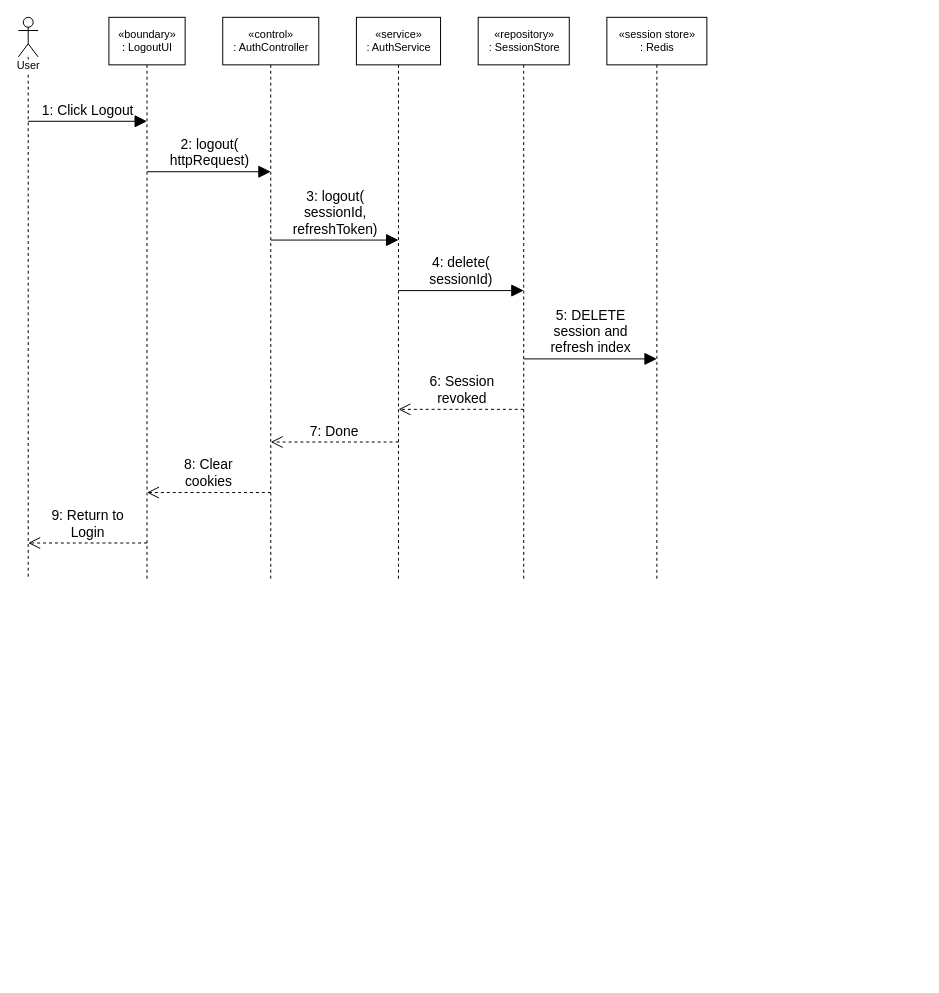
The draw.io diagram page "Logout" (3 of 15) of docs/sequence-diagrams.drawio in hygef-v4/AI-Powered-Learning-Platform, before the edit. Source tidied: cells renumbered, new cells numbered last; positions are measured from the earlier drawing's top-left corner, leaving out a move shared by most shapes. Both pictures are drawn from the tidied source at 99%, with x=0, y=0 at pixel (18, 17).
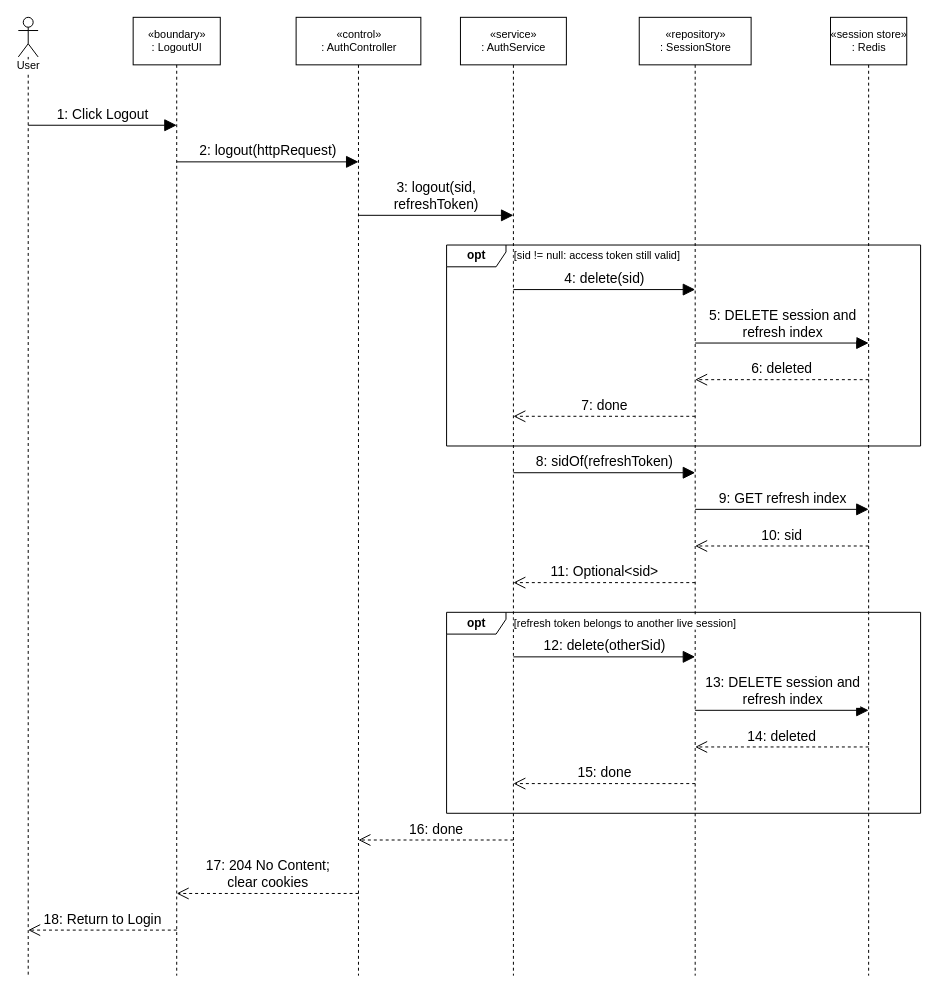
The same page after the edit.

What changed in the source:
```diff
@@
     <mxCell id="2" value="User" style="shape=umlLifeline;participant=umlActor;perimeter=lifelinePerimeter;whiteSpace=nowrap;html=1;verticalAlign=top;spacingTop=36;outlineConnect=0;portConstraint=eastwest;labelBackgroundColor=#ffffff;size=40;fontSize=11;whiteSpace=nowrap;" parent="1" vertex="1">
-      <mxGeometry width="20" height="567" as="geometry" />
+      <mxGeometry width="20" height="968" as="geometry" />
     </mxCell>
     <mxCell id="3" value="«boundary»&lt;br&gt;: LogoutUI" style="shape=umlLifeline;perimeter=lifelinePerimeter;whiteSpace=wrap;html=1;outlineConnect=0;portConstraint=eastwest;size=48;fontSize=11;whiteSpace=nowrap;" parent="1" vertex="1">
-      <mxGeometry x="91.5" width="77" height="567" as="geometry" />
+      <mxGeometry x="116" width="88" height="968" as="geometry" />
     </mxCell>
     <mxCell id="4" value="«control»&lt;br&gt;: AuthController" style="shape=umlLifeline;perimeter=lifelinePerimeter;whiteSpace=wrap;html=1;outlineConnect=0;portConstraint=eastwest;size=48;fontSize=11;whiteSpace=nowrap;" parent="1" vertex="1">
-      <mxGeometry x="206.5" width="97" height="567" as="geometry" />
+      <mxGeometry x="280.6" width="126" height="968" as="geometry" />
     </mxCell>
     <mxCell id="5" value="«service»&lt;br&gt;: AuthService" style="shape=umlLifeline;perimeter=lifelinePerimeter;whiteSpace=wrap;html=1;outlineConnect=0;portConstraint=eastwest;size=48;fontSize=11;whiteSpace=nowrap;" parent="1" vertex="1">
-      <mxGeometry x="341.5" width="85" height="567" as="geometry" />
+      <mxGeometry x="446.6" width="107" height="968" as="geometry" />
     </mxCell>
     <mxCell id="6" value="«repository»&lt;br&gt;: SessionStore" style="shape=umlLifeline;perimeter=lifelinePerimeter;whiteSpace=wrap;html=1;outlineConnect=0;portConstraint=eastwest;size=48;fontSize=11;whiteSpace=nowrap;" parent="1" vertex="1">
-      <mxGeometry x="464.5" width="92" height="567" as="geometry" />
+      <mxGeometry x="627.2" width="113" height="968" as="geometry" />
     </mxCell>
     <mxCell id="7" value="«session store»&lt;br&gt;: Redis" style="shape=umlLifeline;perimeter=lifelinePerimeter;whiteSpace=wrap;html=1;outlineConnect=0;portConstraint=eastwest;size=48;fontSize=11;whiteSpace=nowrap;" parent="1" vertex="1">
-      <mxGeometry x="594.5" width="101" height="567" as="geometry" />
+      <mxGeometry x="820.4" width="77" height="968" as="geometry" />
     </mxCell>
-    <mxCell id="8" value="1: Click Logout" style="html=1;rounded=0;fontSize=14;endSize=10;labelBackgroundColor=none;endArrow=block;endFill=1;verticalAlign=bottom;exitX=0.5;exitY=0.1852;exitDx=0;exitDy=0;exitPerimeter=0;entryX=0.5;entryY=0.1852;entryDx=0;entryDy=0;entryPerimeter=0;" parent="1" edge="1" source="2" target="3">
-      <mxGeometry relative="1" as="geometry" />
+    <mxCell id="8" value="1: Click Logout" style="html=1;rounded=0;fontSize=14;endSize=10;labelBackgroundColor=#ffffff;endArrow=block;endFill=1;verticalAlign=bottom;" parent="1" edge="1">
+      <mxGeometry relative="1" as="geometry">
+        <mxPoint x="10" y="109" as="sourcePoint" />
+        <mxPoint x="160" y="109" as="targetPoint" />
+      </mxGeometry>
     </mxCell>
-    <mxCell id="9" value="2: logout(&lt;br&gt;httpRequest)" style="html=1;rounded=0;fontSize=14;endSize=10;labelBackgroundColor=none;endArrow=block;endFill=1;verticalAlign=bottom;exitX=0.5;exitY=0.2751;exitDx=0;exitDy=0;exitPerimeter=0;entryX=0.5;entryY=0.2751;entryDx=0;entryDy=0;entryPerimeter=0;" parent="1" edge="1" source="3" target="4">
-      <mxGeometry relative="1" as="geometry" />
+    <mxCell id="9" value="2: logout(httpRequest)" style="html=1;rounded=0;fontSize=14;endSize=10;labelBackgroundColor=#ffffff;endArrow=block;endFill=1;verticalAlign=bottom;" parent="1" edge="1">
+      <mxGeometry relative="1" as="geometry">
+        <mxPoint x="160" y="146" as="sourcePoint" />
+        <mxPoint x="343.6" y="146" as="targetPoint" />
+      </mxGeometry>
     </mxCell>
-    <mxCell id="10" value="3: logout(&lt;br&gt;sessionId,&lt;br&gt;refreshToken)" style="html=1;rounded=0;fontSize=14;endSize=10;labelBackgroundColor=none;endArrow=block;endFill=1;verticalAlign=bottom;exitX=0.5;exitY=0.3968;exitDx=0;exitDy=0;exitPerimeter=0;entryX=0.5;entryY=0.3968;entryDx=0;entryDy=0;entryPerimeter=0;" parent="1" edge="1" source="4" target="5">
-      <mxGeometry relative="1" as="geometry" />
+    <mxCell id="10" value="3: logout(sid,&lt;br&gt;refreshToken)" style="html=1;rounded=0;fontSize=14;endSize=10;labelBackgroundColor=#ffffff;endArrow=block;endFill=1;verticalAlign=bottom;" parent="1" edge="1">
+      <mxGeometry relative="1" as="geometry">
+        <mxPoint x="343.6" y="200" as="sourcePoint" />
+        <mxPoint x="500.1" y="200" as="targetPoint" />
+      </mxGeometry>
     </mxCell>
-    <mxCell id="11" value="4: delete(&lt;br&gt;sessionId)" style="html=1;rounded=0;fontSize=14;endSize=10;labelBackgroundColor=none;endArrow=block;endFill=1;verticalAlign=bottom;exitX=0.5;exitY=0.4868;exitDx=0;exitDy=0;exitPerimeter=0;entryX=0.5;entryY=0.4868;entryDx=0;entryDy=0;entryPerimeter=0;" parent="1" edge="1" source="5" target="6">
-      <mxGeometry relative="1" as="geometry" />
-    </mxCell>
-    <mxCell id="12" value="5: DELETE&lt;br&gt;session and&lt;br&gt;refresh index" style="html=1;rounded=0;fontSize=14;endSize=10;labelBackgroundColor=none;endArrow=block;endFill=1;verticalAlign=bottom;exitX=0.5;exitY=0.6085;exitDx=0;exitDy=0;exitPerimeter=0;entryX=0.5;entryY=0.6085;entryDx=0;entryDy=0;entryPerimeter=0;" parent="1" edge="1" source="6" target="7">
-      <mxGeometry relative="1" as="geometry" />
-    </mxCell>
+    <mxCell id="17" value="&lt;b&gt;opt&lt;/b&gt;" style="shape=umlFrame;whiteSpace=wrap;html=1;fillColor=none;width=60;height=22;" parent="1" vertex="1">
+      <mxGeometry x="432.6" y="230" width="478.8" height="203" as="geometry" />
+    </mxCell>
+    <mxCell id="18" value="[sid != null: access token still valid]" style="text;html=1;labelBackgroundColor=#ffffff;align=left;verticalAlign=middle;fontSize=11;spacingLeft=2;" parent="1" vertex="1">
+      <mxGeometry x="496.6" y="232" width="267.4" height="18" as="geometry" />
+    </mxCell>
-    <mxCell id="13" value="6: Session&lt;br&gt;revoked" style="html=1;rounded=0;fontSize=14;endSize=10;labelBackgroundColor=none;endArrow=open;endFill=0;dashed=1;verticalAlign=bottom;exitX=0.5;exitY=0.6984;exitDx=0;exitDy=0;exitPerimeter=0;entryX=0.5;entryY=0.6984;entryDx=0;entryDy=0;entryPerimeter=0;" parent="1" edge="1" source="6" target="5">
-      <mxGeometry relative="1" as="geometry" />
+    <mxCell id="13" value="4: delete(sid)" style="html=1;rounded=0;fontSize=14;endSize=10;labelBackgroundColor=#ffffff;endArrow=block;endFill=1;verticalAlign=bottom;" parent="1" edge="1">
+      <mxGeometry relative="1" as="geometry">
+        <mxPoint x="500.1" y="275" as="sourcePoint" />
+        <mxPoint x="683.7" y="275" as="targetPoint" />
+      </mxGeometry>
     </mxCell>
-    <mxCell id="14" value="7: Done" style="html=1;rounded=0;fontSize=14;endSize=10;labelBackgroundColor=none;endArrow=open;endFill=0;dashed=1;verticalAlign=bottom;exitX=0.5;exitY=0.7566;exitDx=0;exitDy=0;exitPerimeter=0;entryX=0.5;entryY=0.7566;entryDx=0;entryDy=0;entryPerimeter=0;" parent="1" edge="1" source="5" target="4">
-      <mxGeometry relative="1" as="geometry" />
+    <mxCell id="14" value="5: DELETE session and&lt;br&gt;refresh index" style="html=1;rounded=0;fontSize=14;endSize=10;labelBackgroundColor=#ffffff;endArrow=block;endFill=1;verticalAlign=bottom;" parent="1" edge="1">
+      <mxGeometry relative="1" as="geometry">
+        <mxPoint x="683.7" y="329" as="sourcePoint" />
+        <mxPoint x="858.9" y="329" as="targetPoint" />
+      </mxGeometry>
     </mxCell>
-    <mxCell id="15" value="8: Clear&lt;br&gt;cookies" style="html=1;rounded=0;fontSize=14;endSize=10;labelBackgroundColor=none;endArrow=open;endFill=0;dashed=1;verticalAlign=bottom;exitX=0.5;exitY=0.8466;exitDx=0;exitDy=0;exitPerimeter=0;entryX=0.5;entryY=0.8466;entryDx=0;entryDy=0;entryPerimeter=0;" parent="1" edge="1" source="4" target="3">
-      <mxGeometry relative="1" as="geometry" />
+    <mxCell id="15" value="6: deleted" style="html=1;rounded=0;fontSize=14;endSize=10;labelBackgroundColor=#ffffff;endArrow=open;endFill=0;dashed=1;verticalAlign=bottom;" parent="1" edge="1">
+      <mxGeometry relative="1" as="geometry">
+        <mxPoint x="858.9" y="366" as="sourcePoint" />
+        <mxPoint x="683.7" y="366" as="targetPoint" />
+      </mxGeometry>
     </mxCell>
-    <mxCell id="16" value="9: Return to&lt;br&gt;Login" style="html=1;rounded=0;fontSize=14;endSize=10;labelBackgroundColor=none;endArrow=open;endFill=0;dashed=1;verticalAlign=bottom;exitX=0.5;exitY=0.9365;exitDx=0;exitDy=0;exitPerimeter=0;entryX=0.5;entryY=0.9365;entryDx=0;entryDy=0;entryPerimeter=0;" parent="1" edge="1" source="3" target="2">
-      <mxGeometry relative="1" as="geometry" />
+    <mxCell id="16" value="7: done" style="html=1;rounded=0;fontSize=14;endSize=10;labelBackgroundColor=#ffffff;endArrow=open;endFill=0;dashed=1;verticalAlign=bottom;" parent="1" edge="1">
+      <mxGeometry relative="1" as="geometry">
+        <mxPoint x="683.7" y="403" as="sourcePoint" />
+        <mxPoint x="500.1" y="403" as="targetPoint" />
+      </mxGeometry>
     </mxCell>
+    <mxCell id="19" value="8: sidOf(refreshToken)" style="html=1;rounded=0;fontSize=14;endSize=10;labelBackgroundColor=#ffffff;endArrow=block;endFill=1;verticalAlign=bottom;" parent="1" edge="1">
+      <mxGeometry relative="1" as="geometry">
+        <mxPoint x="500.1" y="460" as="sourcePoint" />
+        <mxPoint x="683.7" y="460" as="targetPoint" />
+      </mxGeometry>
+    </mxCell>
+    <mxCell id="20" value="9: GET refresh index" style="html=1;rounded=0;fontSize=14;endSize=10;labelBackgroundColor=#ffffff;endArrow=block;endFill=1;verticalAlign=bottom;" parent="1" edge="1">
+      <mxGeometry relative="1" as="geometry">
+        <mxPoint x="683.7" y="497" as="sourcePoint" />
+        <mxPoint x="858.9" y="497" as="targetPoint" />
+      </mxGeometry>
+    </mxCell>
+    <mxCell id="21" value="10: sid" style="html=1;rounded=0;fontSize=14;endSize=10;labelBackgroundColor=#ffffff;endArrow=open;endFill=0;dashed=1;verticalAlign=bottom;" parent="1" edge="1">
+      <mxGeometry relative="1" as="geometry">
+        <mxPoint x="858.9" y="534" as="sourcePoint" />
+        <mxPoint x="683.7" y="534" as="targetPoint" />
+      </mxGeometry>
+    </mxCell>
+    <mxCell id="22" value="11: Optional&amp;lt;sid&amp;gt;" style="html=1;rounded=0;fontSize=14;endSize=10;labelBackgroundColor=#ffffff;endArrow=open;endFill=0;dashed=1;verticalAlign=bottom;" parent="1" edge="1">
+      <mxGeometry relative="1" as="geometry">
+        <mxPoint x="683.7" y="571" as="sourcePoint" />
+        <mxPoint x="500.1" y="571" as="targetPoint" />
+      </mxGeometry>
+    </mxCell>
+    <mxCell id="23" value="&lt;b&gt;opt&lt;/b&gt;" style="shape=umlFrame;whiteSpace=wrap;html=1;fillColor=none;width=60;height=22;" parent="1" vertex="1">
+      <mxGeometry x="432.6" y="601" width="478.8" height="203" as="geometry" />
+    </mxCell>
+    <mxCell id="24" value="[refresh token belongs to another live session]" style="text;html=1;labelBackgroundColor=#ffffff;align=left;verticalAlign=middle;fontSize=11;spacingLeft=2;" parent="1" vertex="1">
+      <mxGeometry x="496.6" y="603" width="320.2" height="18" as="geometry" />
+    </mxCell>
+    <mxCell id="25" value="12: delete(otherSid)" style="html=1;rounded=0;fontSize=14;endSize=10;labelBackgroundColor=#ffffff;endArrow=block;endFill=1;verticalAlign=bottom;" parent="1" edge="1">
+      <mxGeometry relative="1" as="geometry">
+        <mxPoint x="500.1" y="646" as="sourcePoint" />
+        <mxPoint x="683.7" y="646" as="targetPoint" />
+      </mxGeometry>
+    </mxCell>
+    <mxCell id="26" value="13: DELETE session and&lt;br&gt;refresh index" style="html=1;rounded=0;fontSize=14;endSize=10;labelBackgroundColor=#ffffff;endArrow=block;endFill=1;verticalAlign=bottom;" parent="1" edge="1">
+      <mxGeometry relative="1" as="geometry">
+        <mxPoint x="683.7" y="700" as="sourcePoint" />
+        <mxPoint x="858.9" y="700" as="targetPoint" />
+      </mxGeometry>
+    </mxCell>
+    <mxCell id="27" value="14: deleted" style="html=1;rounded=0;fontSize=14;endSize=10;labelBackgroundColor=#ffffff;endArrow=open;endFill=0;dashed=1;verticalAlign=bottom;" parent="1" edge="1">
+      <mxGeometry relative="1" as="geometry">
+        <mxPoint x="858.9" y="737" as="sourcePoint" />
+        <mxPoint x="683.7" y="737" as="targetPoint" />
+      </mxGeometry>
+    </mxCell>
+    <mxCell id="28" value="15: done" style="html=1;rounded=0;fontSize=14;endSize=10;labelBackgroundColor=#ffffff;endArrow=open;endFill=0;dashed=1;verticalAlign=bottom;" parent="1" edge="1">
+      <mxGeometry relative="1" as="geometry">
+        <mxPoint x="683.7" y="774" as="sourcePoint" />
+        <mxPoint x="500.1" y="774" as="targetPoint" />
+      </mxGeometry>
+    </mxCell>
+    <mxCell id="29" value="16: done" style="html=1;rounded=0;fontSize=14;endSize=10;labelBackgroundColor=#ffffff;endArrow=open;endFill=0;dashed=1;verticalAlign=bottom;" parent="1" edge="1">
+      <mxGeometry relative="1" as="geometry">
+        <mxPoint x="500.1" y="831" as="sourcePoint" />
+        <mxPoint x="343.6" y="831" as="targetPoint" />
+      </mxGeometry>
+    </mxCell>
+    <mxCell id="30" value="17: 204 No Content;&lt;br&gt;clear cookies" style="html=1;rounded=0;fontSize=14;endSize=10;labelBackgroundColor=#ffffff;endArrow=open;endFill=0;dashed=1;verticalAlign=bottom;" parent="1" edge="1">
+      <mxGeometry relative="1" as="geometry">
+        <mxPoint x="343.6" y="885" as="sourcePoint" />
+        <mxPoint x="160" y="885" as="targetPoint" />
+      </mxGeometry>
+    </mxCell>
+    <mxCell id="31" value="18: Return to Login" style="html=1;rounded=0;fontSize=14;endSize=10;labelBackgroundColor=#ffffff;endArrow=open;endFill=0;dashed=1;verticalAlign=bottom;" parent="1" edge="1">
+      <mxGeometry relative="1" as="geometry">
+        <mxPoint x="160" y="922" as="sourcePoint" />
+        <mxPoint x="10" y="922" as="targetPoint" />
+      </mxGeometry>
+    </mxCell>
```
